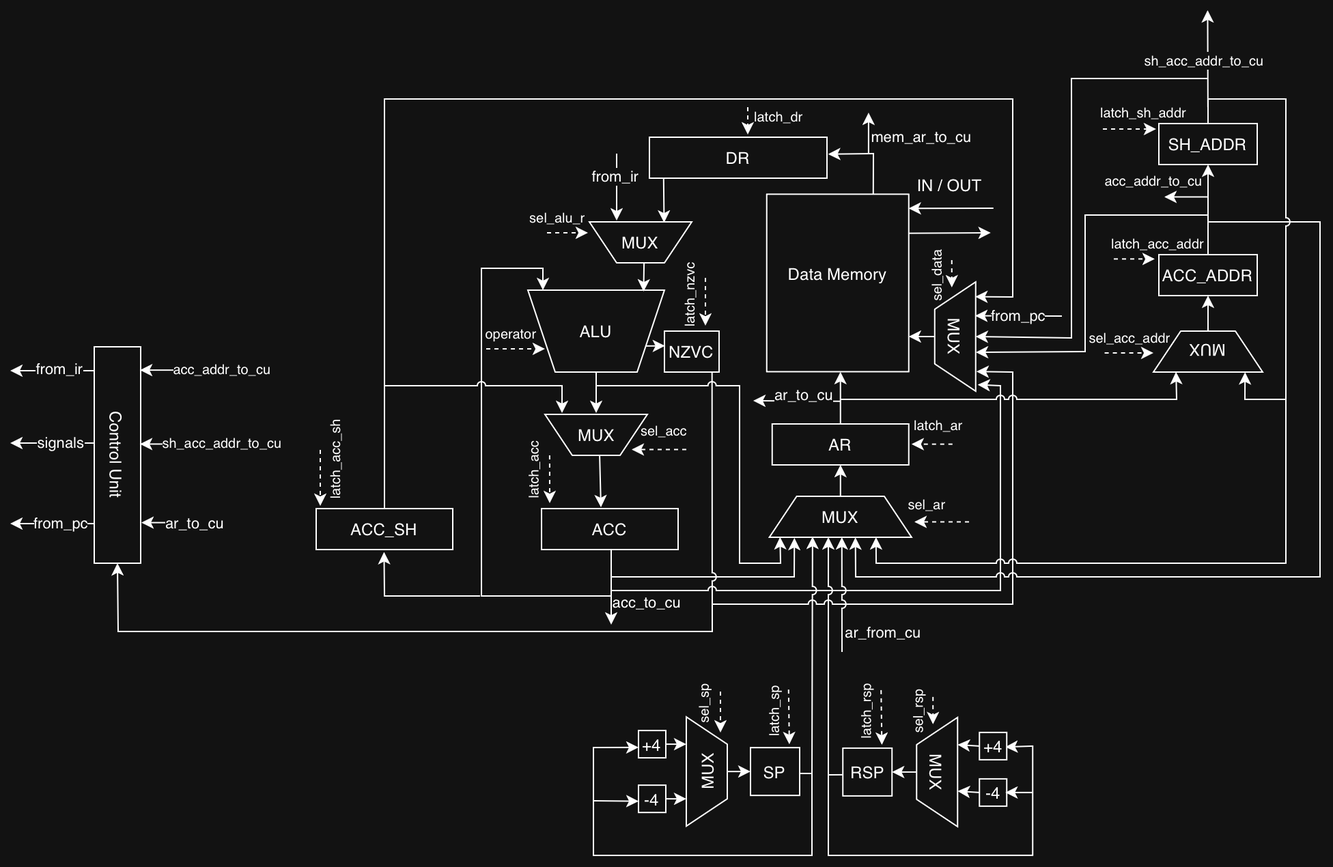
Before: docs/datapath.png, a diagram exported from draw.io (georgeboiko/csa-lab4). Source tidied: cells renumbered, new cells last; positions are measured from the earlier drawing's top-left corner, leaving out a move shared by most shapes.
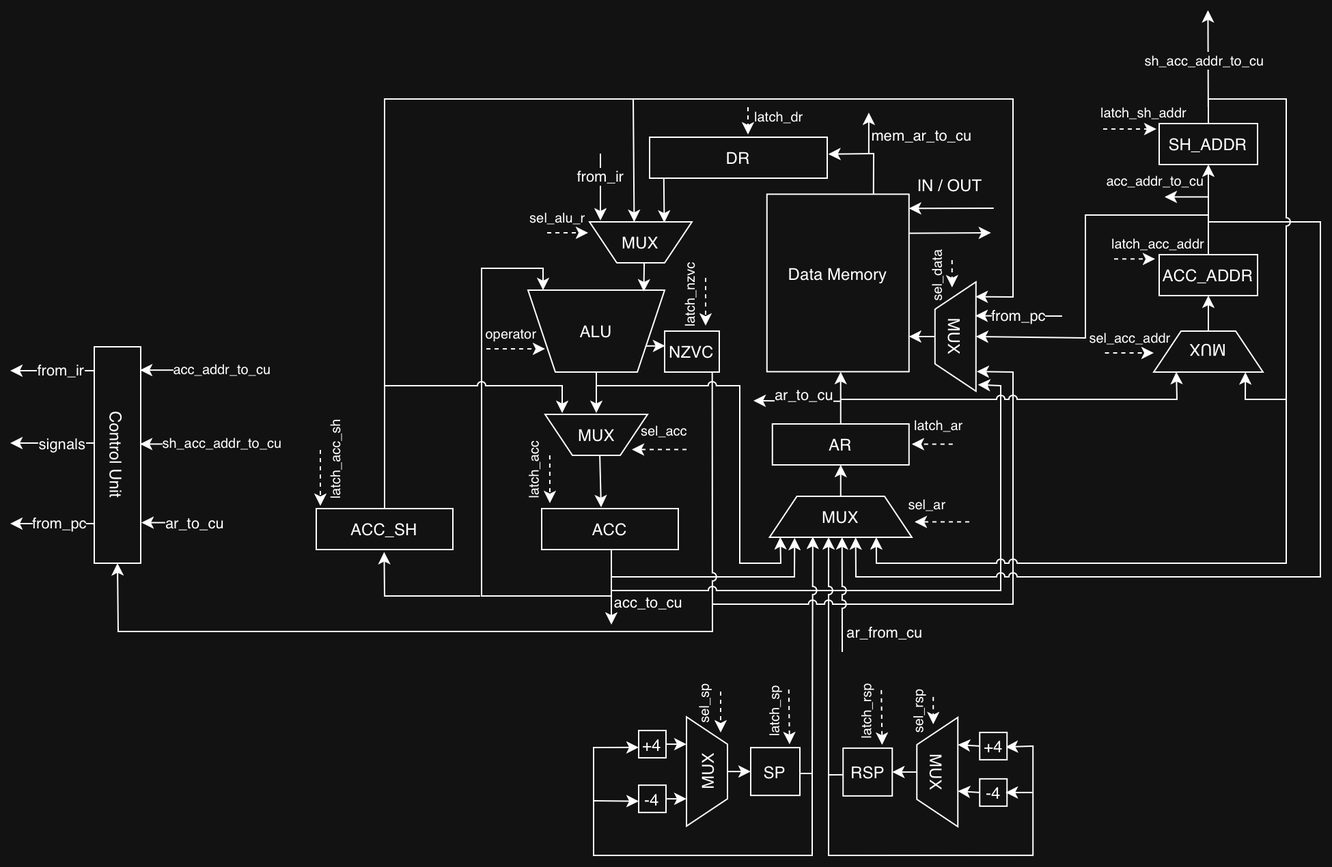
Above is the later version.

The edit, as a diff of the source:
```diff
@@ -350,8 +350,8 @@
     </mxCell>
     <mxCell id="70" style="endArrow=classic;html=1;rounded=0;" parent="1" edge="1">
       <mxGeometry relative="1" as="geometry">
-        <mxPoint x="445" y="105" as="sourcePoint" />
-        <mxPoint x="445" y="154" as="targetPoint" />
+        <mxPoint x="433" y="105" as="sourcePoint" />
+        <mxPoint x="433" y="154" as="targetPoint" />
       </mxGeometry>
     </mxCell>
     <mxCell id="71" value="from_ir" style="edgeLabel;html=1;align=center;verticalAlign=middle;" parent="70" vertex="1">
@@ -599,21 +599,12 @@
         <mxPoint x="840" y="87" as="targetPoint" />
       </mxGeometry>
     </mxCell>
-    <mxCell id="118" style="endArrow=classic;html=1;rounded=0;entryX=0.5;entryY=1;entryDx=0;entryDy=0;" parent="1" edge="1" target="58">
-      <mxGeometry relative="1" as="geometry">
-        <mxPoint x="878" y="50" as="sourcePoint" />
-        <Array as="points">
-          <mxPoint x="778" y="50" />
-          <mxPoint x="778" y="240" />
-        </Array>
-      </mxGeometry>
-    </mxCell>
-    <mxCell id="119" style="endArrow=classic;html=1;rounded=0;entryX=0.356;entryY=1.005;entryDx=0;entryDy=0;entryPerimeter=0;" parent="1" edge="1" target="58">
+    <mxCell id="119" style="endArrow=classic;html=1;rounded=0;entryX=0.5;entryY=1;entryDx=0;entryDy=0;" parent="1" edge="1" target="58">
       <mxGeometry relative="1" as="geometry">
         <mxPoint x="878" y="150" as="sourcePoint" />
         <Array as="points">
           <mxPoint x="788" y="150" />
-          <mxPoint x="788" y="250" />
+          <mxPoint x="788" y="240" />
         </Array>
       </mxGeometry>
     </mxCell>
@@ -650,5 +641,11 @@
         <mxPoint x="29" as="offset" />
       </mxGeometry>
     </mxCell>
+    <mxCell id="126" style="endArrow=classic;html=1;rounded=0;entryX=0.577;entryY=0.998;entryDx=0;entryDy=0;entryPerimeter=0;" parent="1" edge="1">
+      <mxGeometry relative="1" as="geometry">
+        <mxPoint x="457" y="65" as="sourcePoint" />
+        <mxPoint x="457.7" y="155.1" as="targetPoint" />
+      </mxGeometry>
+    </mxCell>
   </root>
 </mxGraphModel>
```
